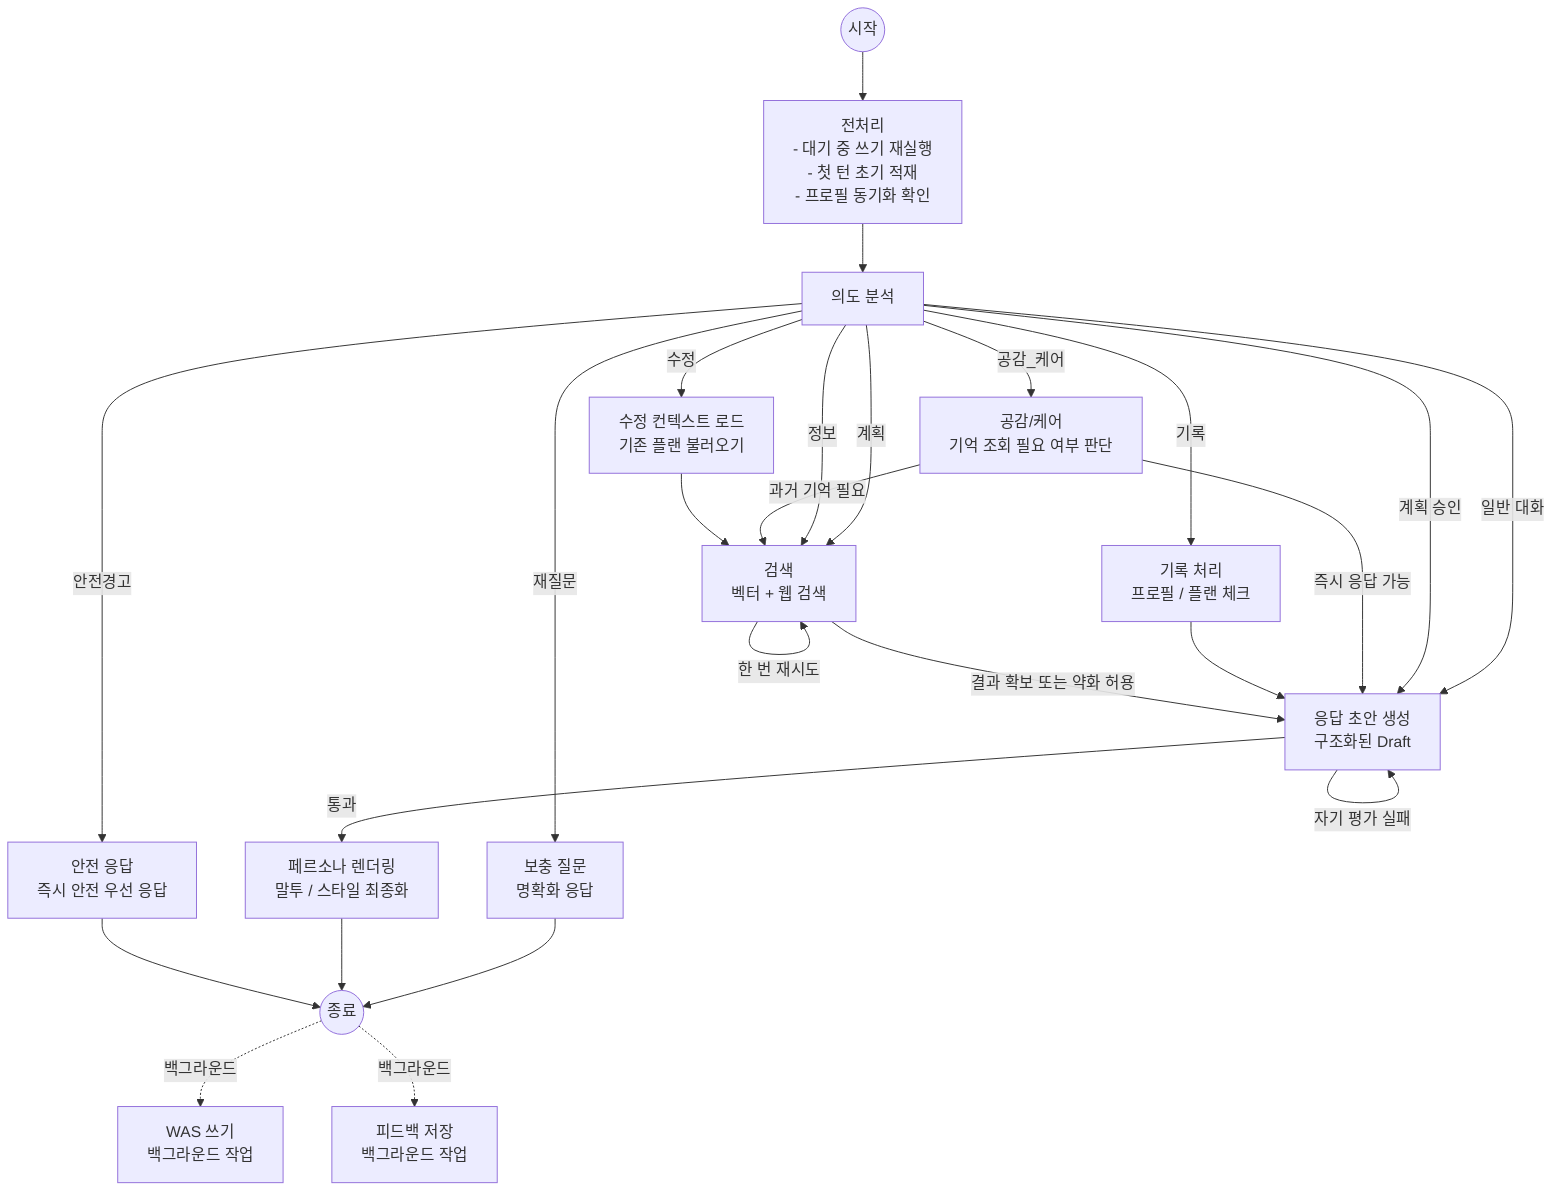
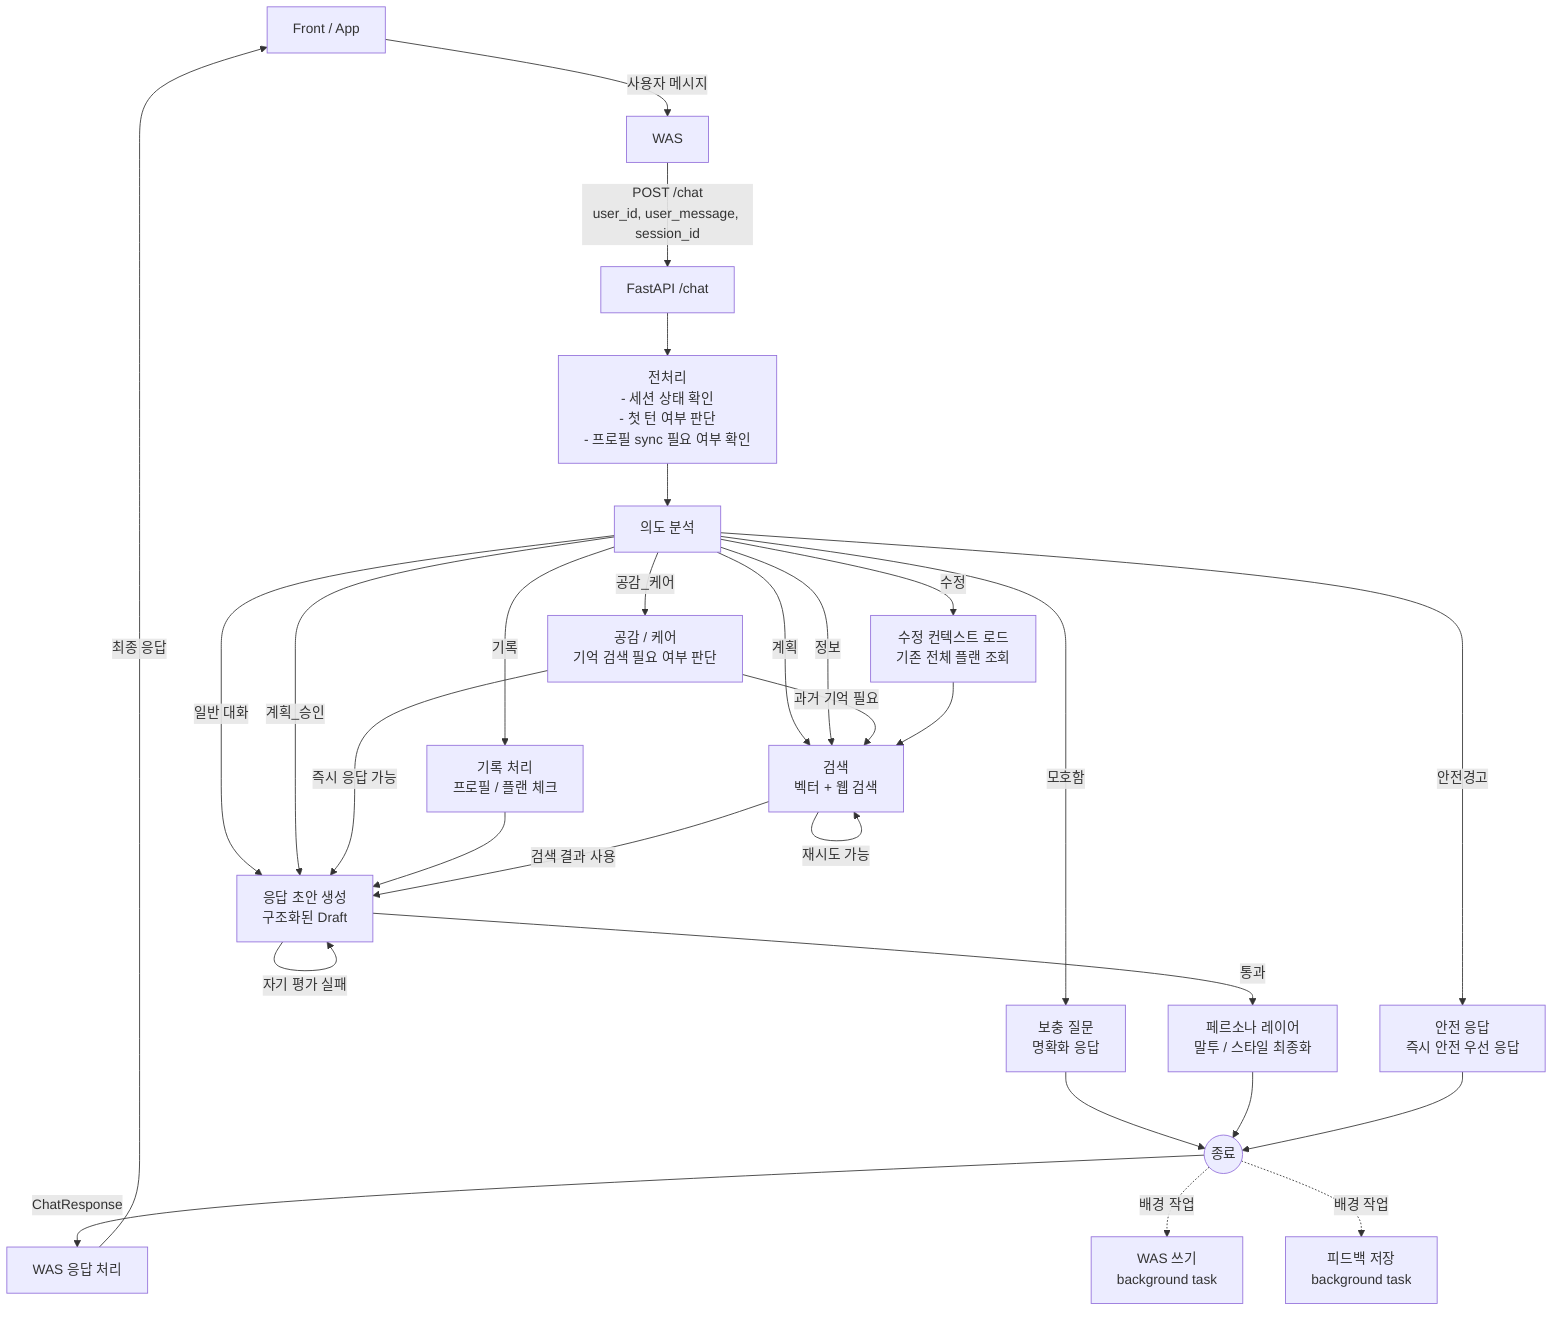
flowchart TD
-     START((시작)) --> PRE["전처리<br/>- 대기 중 쓰기 재실행<br/>- 첫 턴 초기 적재<br/>- 프로필 동기화 확인"]
+     FRONT["Front / App"] -->|"사용자 메시지"| WAS["WAS"]
+     WAS -->|"POST /chat<br/>user_id, user_message, session_id"| ENTRY["FastAPI /chat"]
+ 
+     ENTRY --> PRE["전처리<br/>- 세션 상태 확인<br/>- 첫 턴 여부 판단<br/>- 프로필 sync 필요 여부 확인"]
    PRE --> INTENT["의도 분석"]

    INTENT -->|"일반 대화"| GEN["응답 초안 생성<br/>구조화된 Draft"]
    INTENT -->|"안전경고"| SAFETY["안전 응답<br/>즉시 안전 우선 응답"]
-     INTENT -->|"재질문"| FALLBACK["보충 질문<br/>명확화 응답"]
-     INTENT -->|"공감_케어"| CARE["공감/케어<br/>기억 조회 필요 여부 판단"]
+     INTENT -->|"모호함"| FALLBACK["보충 질문<br/>명확화 응답"]
+     INTENT -->|"공감_케어"| CARE["공감 / 케어<br/>기억 검색 필요 여부 판단"]
    INTENT -->|"기록"| RECORD["기록 처리<br/>프로필 / 플랜 체크"]
    INTENT -->|"계획"| SEARCH["검색<br/>벡터 + 웹 검색"]
    INTENT -->|"정보"| SEARCH
-     INTENT -->|"수정"| MODIFY["수정 컨텍스트 로드<br/>기존 플랜 불러오기"]
-     INTENT -->|"계획 승인"| GEN
+     INTENT -->|"수정"| MODIFY["수정 컨텍스트 로드<br/>기존 전체 플랜 조회"]
+     INTENT -->|"계획_승인"| GEN

    CARE -->|"과거 기억 필요"| SEARCH
    CARE -->|"즉시 응답 가능"| GEN

    RECORD --> GEN
    MODIFY --> SEARCH

-     SEARCH -->|"결과 확보 또는 약화 허용"| GEN
-     SEARCH -->|"한 번 재시도"| SEARCH
+     SEARCH -->|"검색 결과 사용"| GEN
+     SEARCH -->|"재시도 가능"| SEARCH

    FALLBACK --> FINISH

    GEN -->|"자기 평가 실패"| GEN
-     GEN -->|"통과"| PERSONA["페르소나 렌더링<br/>말투 / 스타일 최종화"]
+     GEN -->|"통과"| PERSONA["페르소나 레이어<br/>말투 / 스타일 최종화"]

    PERSONA --> FINISH((종료))
    SAFETY --> FINISH

-     FINISH -. 백그라운드 .-> WASWRITE["WAS 쓰기<br/>백그라운드 작업"]
-     FINISH -. 백그라운드 .-> FEEDBACK["피드백 저장<br/>백그라운드 작업"]
+     FINISH -->|"ChatResponse"| WAS_RESP["WAS 응답 처리"]
+     WAS_RESP -->|"최종 응답"| FRONT
+ 
+     FINISH -. 배경 작업 .-> WASWRITE["WAS 쓰기<br/>background task"]
+     FINISH -. 배경 작업 .-> FEEDBACK["피드백 저장<br/>background task"]
